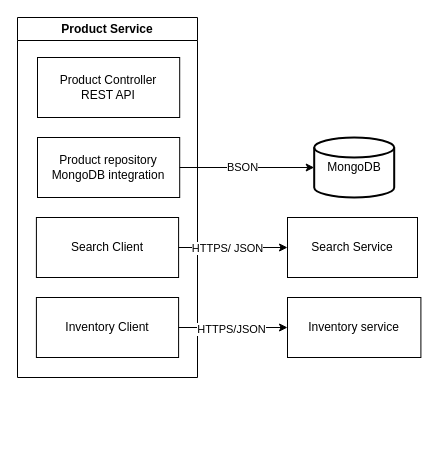
Earlier version of the draw.io diagram page "Product" (6 of 11) of ABC C1.drawio (IlyaMoskva/diagrams). Source tidied: cells renumbered, new cells numbered last; positions are measured from the earlier drawing's top-left corner, leaving out a move shared by most shapes. Both pictures are drawn from the tidied source at 100%, with x=0, y=0 at pixel (17, 17).
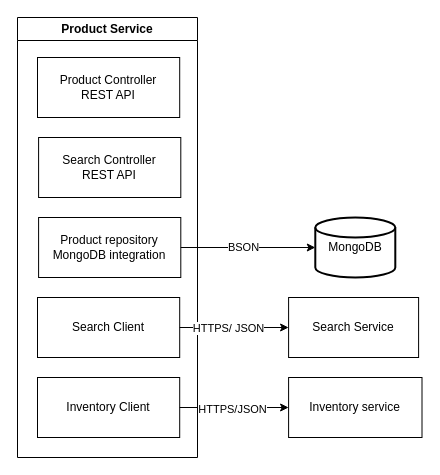
After the change.

Change to the diagram source:
```diff
@@
 <mxGraphModel>
   <root>
     <mxCell id="0" />
     <mxCell id="1" parent="0" />
     <mxCell id="2" value="Product Service" style="swimlane;whiteSpace=wrap;html=1;" parent="1" vertex="1">
-      <mxGeometry width="180" height="360" as="geometry" />
+      <mxGeometry width="180" height="440" as="geometry" />
     </mxCell>
     <mxCell id="3" value="&lt;div&gt;Product Controller&lt;/div&gt;&lt;div&gt;REST API&lt;/div&gt;" style="whiteSpace=wrap;html=1;" parent="2" vertex="1">
       <mxGeometry x="20" y="40" width="142.2" height="60" as="geometry" />
     </mxCell>
+    <mxCell id="16" value="Search Controller&lt;div&gt;REST API&lt;/div&gt;" style="whiteSpace=wrap;html=1;" parent="2" vertex="1">
+      <mxGeometry x="21.1" y="120" width="142.2" height="60" as="geometry" />
+    </mxCell>
-    <mxCell id="4" value="Product repository&lt;div&gt;MongoDB integration&lt;/div&gt;" style="whiteSpace=wrap;html=1;" parent="2" vertex="1">
-      <mxGeometry x="20" y="120" width="142.2" height="60" as="geometry" />
+    <mxCell id="4" value="Product repository&lt;div&gt;MongoDB integration&lt;/div&gt;" style="whiteSpace=wrap;html=1;" parent="1" vertex="1">
+      <mxGeometry x="21.1" y="200" width="142.2" height="60" as="geometry" />
     </mxCell>
-    <mxCell id="5" value="MongoDB" style="strokeWidth=2;html=1;shape=mxgraph.flowchart.database;whiteSpace=wrap;" parent="2" vertex="1">
-      <mxGeometry x="296.7" y="120" width="80" height="60" as="geometry" />
+    <mxCell id="5" value="MongoDB" style="strokeWidth=2;html=1;shape=mxgraph.flowchart.database;whiteSpace=wrap;" parent="1" vertex="1">
+      <mxGeometry x="297.8" y="200" width="80" height="60" as="geometry" />
     </mxCell>
-    <mxCell id="6" style="edgeStyle=orthogonalEdgeStyle;rounded=0;jettySize=auto;html=1;entryX=0;entryY=0.5;entryDx=0;entryDy=0;entryPerimeter=0;" parent="2" edge="1" source="4" target="5">
+    <mxCell id="6" style="edgeStyle=orthogonalEdgeStyle;rounded=0;jettySize=auto;html=1;entryX=0;entryY=0.5;entryDx=0;entryDy=0;entryPerimeter=0;" parent="1" edge="1" source="4" target="5">
       <mxGeometry relative="1" as="geometry" />
     </mxCell>
     <mxCell id="7" value="BSON" style="edgeLabel;html=1;align=center;verticalAlign=middle;" parent="6" vertex="1">
       <mxGeometry x="-0.08" y="1" relative="1" as="geometry" />
     </mxCell>
-    <mxCell id="8" value="Search Client" style="whiteSpace=wrap;html=1;" parent="2" vertex="1">
-      <mxGeometry x="18.9" y="200" width="142.2" height="60" as="geometry" />
+    <mxCell id="8" value="Search Client" style="whiteSpace=wrap;html=1;" parent="1" vertex="1">
+      <mxGeometry x="20" y="280" width="142.2" height="60" as="geometry" />
     </mxCell>
-    <mxCell id="9" value="Inventory Client" style="whiteSpace=wrap;html=1;" parent="2" vertex="1">
-      <mxGeometry x="18.9" y="280" width="142.2" height="60" as="geometry" />
+    <mxCell id="9" value="Inventory Client" style="whiteSpace=wrap;html=1;" parent="1" vertex="1">
+      <mxGeometry x="20" y="360" width="142.2" height="60" as="geometry" />
     </mxCell>
-    <mxCell id="10" value="Search Service" style="whiteSpace=wrap;html=1;" parent="2" vertex="1">
-      <mxGeometry x="270" y="200" width="130" height="60" as="geometry" />
+    <mxCell id="10" value="Search Service" style="whiteSpace=wrap;html=1;" parent="1" vertex="1">
+      <mxGeometry x="271.1" y="280" width="130" height="60" as="geometry" />
     </mxCell>
-    <mxCell id="11" style="edgeStyle=orthogonalEdgeStyle;rounded=0;jettySize=auto;html=1;" parent="2" edge="1" source="8" target="10">
+    <mxCell id="11" style="edgeStyle=orthogonalEdgeStyle;rounded=0;jettySize=auto;html=1;" parent="1" edge="1" source="8" target="10">
       <mxGeometry relative="1" as="geometry" />
     </mxCell>
     <mxCell id="12" value="HTTPS/ JSON" style="edgeLabel;html=1;align=center;verticalAlign=middle;" parent="11" vertex="1">
       <mxGeometry x="0.12" y="-2" relative="1" as="geometry">
         <mxPoint x="-13" y="-2" as="offset" />
       </mxGeometry>
     </mxCell>
-    <mxCell id="13" value="Inventory service" style="whiteSpace=wrap;html=1;" parent="2" vertex="1">
-      <mxGeometry x="270" y="280" width="133.4" height="60" as="geometry" />
+    <mxCell id="13" value="Inventory service" style="whiteSpace=wrap;html=1;" parent="1" vertex="1">
+      <mxGeometry x="271.1" y="360" width="133.4" height="60" as="geometry" />
     </mxCell>
-    <mxCell id="14" style="edgeStyle=orthogonalEdgeStyle;rounded=0;jettySize=auto;html=1;" parent="2" edge="1" source="9" target="13">
+    <mxCell id="14" style="edgeStyle=orthogonalEdgeStyle;rounded=0;jettySize=auto;html=1;" parent="1" edge="1" source="9" target="13">
       <mxGeometry relative="1" as="geometry" />
     </mxCell>
     <mxCell id="15" value="HTTPS/JSON" style="edgeLabel;html=1;align=center;verticalAlign=middle;" parent="14" vertex="1">
       <mxGeometry x="-0.05" y="-1" relative="1" as="geometry" />
     </mxCell>
   </root>
 </mxGraphModel>
```
